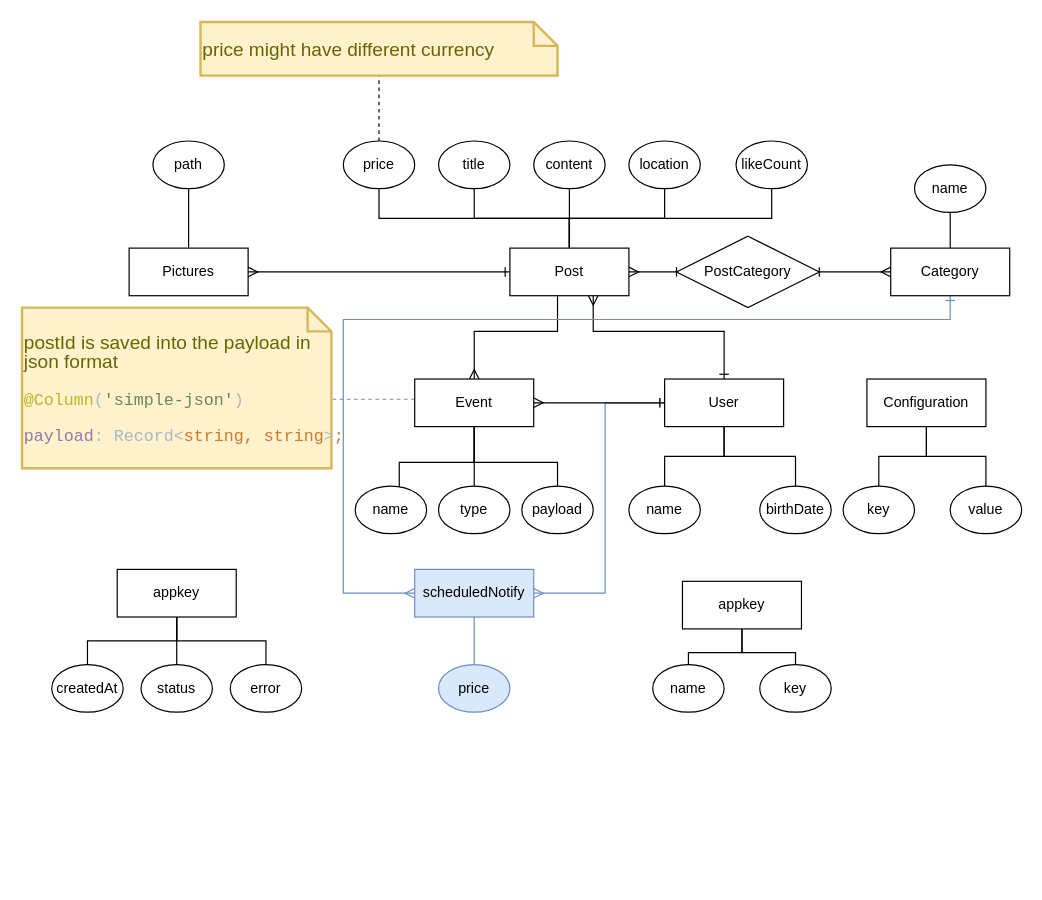
This is divar-er.drawio from mostafa8026/nestjs-course, a draw.io file, before an edit. Source tidied: cells renumbered, new cells numbered last; positions are measured from the earlier drawing's top-left corner, leaving out a move shared by most shapes. Both pictures are drawn from the tidied source at 119%, with x=0, y=0 at pixel (21, 21).
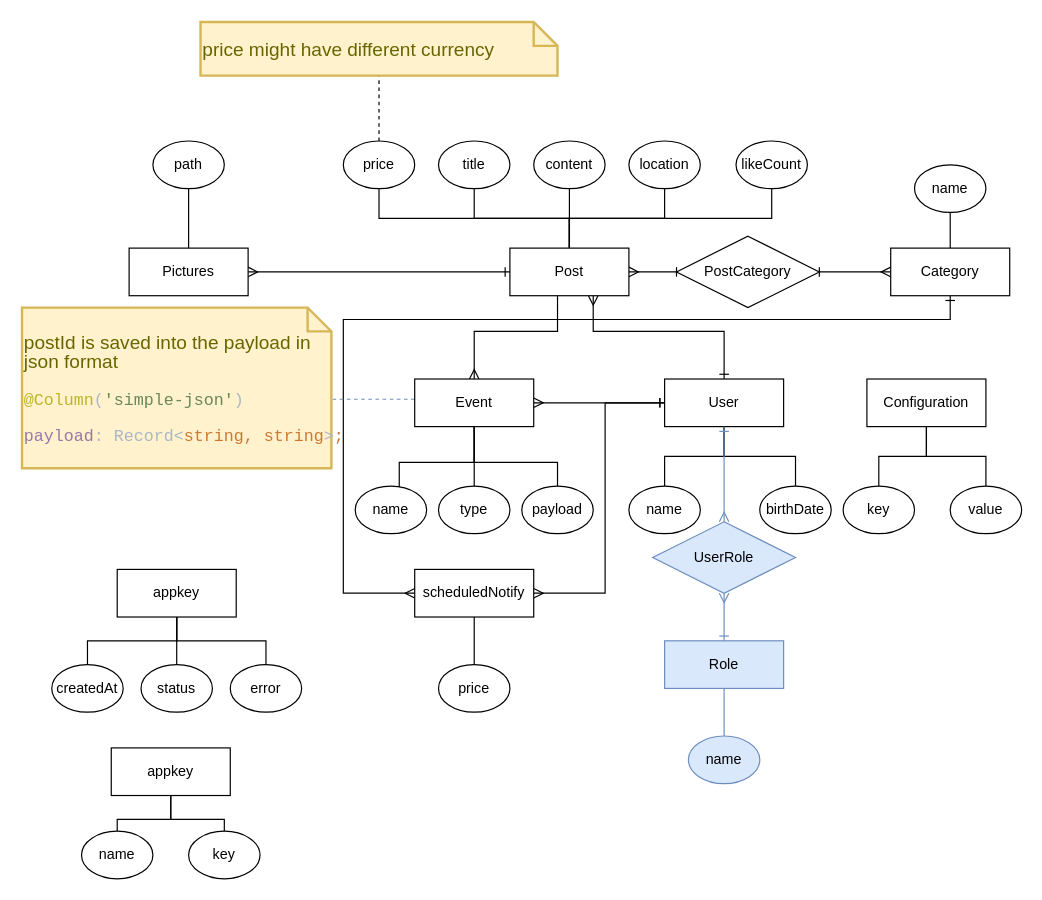
After the change.

Unchanged cells that the change refers to:
```xml
<mxCell id="15" value="Category" style="whiteSpace=wrap;html=1;align=center;" parent="1" vertex="1">
  <mxGeometry x="730" y="190" width="100" height="40" as="geometry" />
</mxCell>
<mxCell id="19" value="User" style="whiteSpace=wrap;html=1;align=center;" parent="1" vertex="1">
  <mxGeometry x="540" y="300" width="100" height="40" as="geometry" />
</mxCell>
```

Change to the diagram source:
```diff
@@
-    <mxCell id="14" style="edgeStyle=orthogonalEdgeStyle;rounded=0;jettySize=auto;html=1;entryX=0;entryY=0.5;entryDx=0;entryDy=0;startArrow=ERone;startFill=0;endArrow=ERmany;endFill=0;fillColor=#dae8fc;strokeColor=#6c8ebf;" parent="1" edge="1" source="15" target="50">
+    <mxCell id="14" style="edgeStyle=orthogonalEdgeStyle;rounded=0;jettySize=auto;html=1;entryX=0;entryY=0.5;entryDx=0;entryDy=0;startArrow=ERone;startFill=0;endArrow=ERmany;endFill=0;" parent="1" edge="1" source="15" target="50">
       <mxGeometry relative="1" as="geometry">
         <Array as="points">
           <mxPoint x="780" y="250" />
           <mxPoint x="270" y="250" />
           <mxPoint x="270" y="480" />
         </Array>
       </mxGeometry>
     </mxCell>
@@
-    <mxCell id="18" style="edgeStyle=orthogonalEdgeStyle;rounded=0;jettySize=auto;html=1;entryX=1;entryY=0.5;entryDx=0;entryDy=0;startArrow=ERone;startFill=0;endArrow=ERmany;endFill=0;fillColor=#dae8fc;strokeColor=#6c8ebf;" parent="1" edge="1" source="19" target="50">
+    <mxCell id="18" style="edgeStyle=orthogonalEdgeStyle;rounded=0;jettySize=auto;html=1;entryX=1;entryY=0.5;entryDx=0;entryDy=0;startArrow=ERone;startFill=0;endArrow=ERmany;endFill=0;" parent="1" edge="1" source="19" target="50">
       <mxGeometry relative="1" as="geometry">
         <Array as="points">
           <mxPoint x="490" y="320" />
           <mxPoint x="490" y="480" />
         </Array>
       </mxGeometry>
     </mxCell>
+    <mxCell id="64" style="edgeStyle=orthogonalEdgeStyle;rounded=0;jettySize=auto;html=1;entryX=0.5;entryY=0;entryDx=0;entryDy=0;endArrow=ERone;endFill=0;startArrow=ERmany;startFill=0;fillColor=#dae8fc;strokeColor=#6c8ebf;" parent="1" edge="1" source="68" target="66">
+      <mxGeometry relative="1" as="geometry" />
+    </mxCell>
@@
-    <mxCell id="49" style="edgeStyle=orthogonalEdgeStyle;rounded=0;jettySize=auto;html=1;entryX=0.5;entryY=0;entryDx=0;entryDy=0;fillColor=#dae8fc;strokeColor=#6c8ebf;endArrow=none;endFill=0;startArrow=none;startFill=0;" parent="1" edge="1" source="50" target="51">
+    <mxCell id="49" style="edgeStyle=orthogonalEdgeStyle;rounded=0;jettySize=auto;html=1;entryX=0.5;entryY=0;entryDx=0;entryDy=0;endArrow=none;endFill=0;startArrow=none;startFill=0;" parent="1" edge="1" source="50" target="51">
       <mxGeometry relative="1" as="geometry" />
     </mxCell>
-    <mxCell id="50" value="scheduledNotify" style="whiteSpace=wrap;html=1;align=center;fillColor=#dae8fc;strokeColor=#6c8ebf;" parent="1" vertex="1">
+    <mxCell id="50" value="scheduledNotify" style="whiteSpace=wrap;html=1;align=center;" parent="1" vertex="1">
       <mxGeometry x="330" y="460" width="100" height="40" as="geometry" />
     </mxCell>
-    <mxCell id="51" value="price" style="ellipse;whiteSpace=wrap;html=1;align=center;fillColor=#dae8fc;strokeColor=#6c8ebf;" parent="1" vertex="1">
+    <mxCell id="51" value="price" style="ellipse;whiteSpace=wrap;html=1;align=center;" parent="1" vertex="1">
       <mxGeometry x="350" y="540" width="60" height="40" as="geometry" />
     </mxCell>
@@
     <mxCell id="54" value="appkey" style="whiteSpace=wrap;html=1;align=center;" parent="1" vertex="1">
-      <mxGeometry x="555" y="470" width="100" height="40" as="geometry" />
+      <mxGeometry x="75" y="610" width="100" height="40" as="geometry" />
     </mxCell>
     <mxCell id="55" value="name" style="ellipse;whiteSpace=wrap;html=1;align=center;" parent="1" vertex="1">
-      <mxGeometry x="530" y="540" width="60" height="40" as="geometry" />
+      <mxGeometry x="50" y="680" width="60" height="40" as="geometry" />
     </mxCell>
     <mxCell id="56" value="key" style="ellipse;whiteSpace=wrap;html=1;align=center;" parent="1" vertex="1">
-      <mxGeometry x="620" y="540" width="60" height="40" as="geometry" />
+      <mxGeometry x="140" y="680" width="60" height="40" as="geometry" />
     </mxCell>
@@
+    <mxCell id="65" style="edgeStyle=orthogonalEdgeStyle;rounded=0;jettySize=auto;html=1;startArrow=none;startFill=0;endArrow=none;endFill=0;fillColor=#dae8fc;strokeColor=#6c8ebf;" parent="1" edge="1" source="66" target="67">
+      <mxGeometry relative="1" as="geometry" />
+    </mxCell>
+    <mxCell id="66" value="Role" style="whiteSpace=wrap;html=1;align=center;fillColor=#dae8fc;strokeColor=#6c8ebf;" parent="1" vertex="1">
+      <mxGeometry x="540" y="520" width="100" height="40" as="geometry" />
+    </mxCell>
+    <mxCell id="67" value="name" style="ellipse;whiteSpace=wrap;html=1;align=center;fillColor=#dae8fc;strokeColor=#6c8ebf;" parent="1" vertex="1">
+      <mxGeometry x="560" y="600" width="60" height="40" as="geometry" />
+    </mxCell>
+    <mxCell id="68" value="UserRole" style="shape=rhombus;perimeter=rhombusPerimeter;whiteSpace=wrap;html=1;align=center;fillColor=#dae8fc;strokeColor=#6c8ebf;" parent="1" vertex="1">
+      <mxGeometry x="530" y="420" width="120" height="60" as="geometry" />
+    </mxCell>
+    <mxCell id="69" style="edgeStyle=orthogonalEdgeStyle;rounded=0;jettySize=auto;html=1;entryX=0.5;entryY=0;entryDx=0;entryDy=0;endArrow=ERmany;endFill=0;startArrow=ERone;startFill=0;fillColor=#dae8fc;strokeColor=#6c8ebf;" parent="1" edge="1" source="19" target="68">
+      <mxGeometry relative="1" as="geometry" />
+    </mxCell>
```
